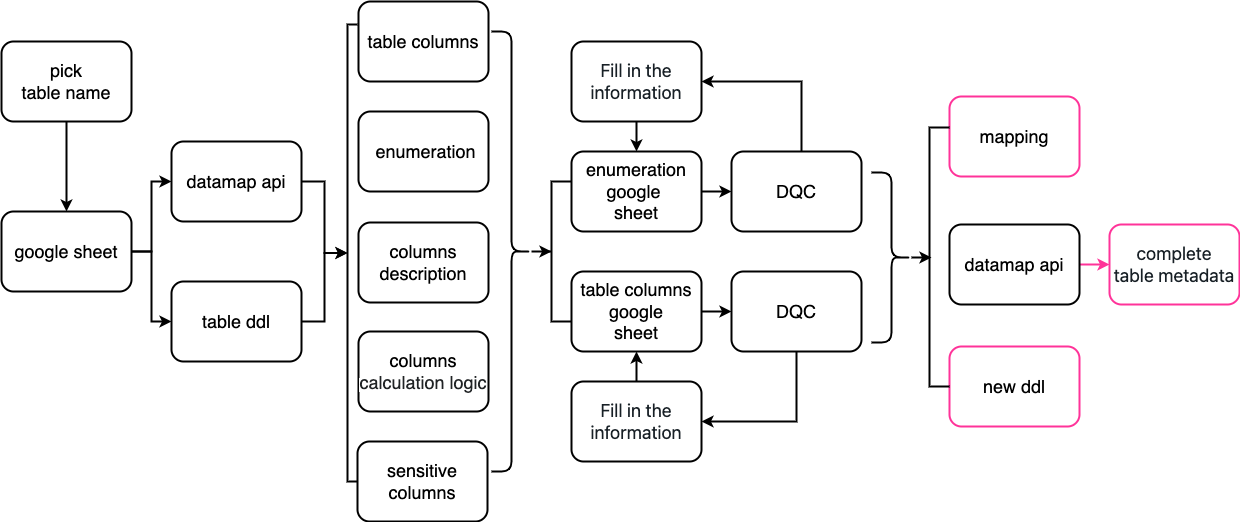
a490888602/draw keeps this draw.io diagram as v2_metadata_flow.drawio.png. Above is the earlier version. Source tidied: cells renumbered, new cells last; positions are measured from the earlier drawing's top-left corner, leaving out a move shared by most shapes. Source of this version:
```xml
<mxGraphModel>
  <root>
    <mxCell id="0" />
    <mxCell id="1" parent="0" />
    <mxCell id="2" style="edgeStyle=orthogonalEdgeStyle;rounded=0;jettySize=auto;html=1;entryX=0;entryY=0.5;entryDx=0;entryDy=0;fontSize=18;strokeWidth=2;" parent="1" edge="1" source="4" target="8">
      <mxGeometry relative="1" as="geometry" />
    </mxCell>
    <mxCell id="3" style="edgeStyle=orthogonalEdgeStyle;rounded=0;jettySize=auto;html=1;entryX=0;entryY=0.5;entryDx=0;entryDy=0;fontSize=18;strokeWidth=2;" parent="1" edge="1" source="4" target="6">
      <mxGeometry relative="1" as="geometry" />
    </mxCell>
    <mxCell id="4" value="&lt;font style=&quot;font-size: 18px;&quot;&gt;google sheet&lt;/font&gt;" style="rounded=1;whiteSpace=wrap;html=1;strokeWidth=2;" parent="1" vertex="1">
      <mxGeometry y="210" width="130" height="80" as="geometry" />
    </mxCell>
    <mxCell id="5" style="edgeStyle=orthogonalEdgeStyle;rounded=0;jettySize=auto;html=1;entryX=0;entryY=0.5;entryDx=0;entryDy=0;entryPerimeter=0;fontFamily=Helvetica;fontSize=18;strokeWidth=2;" parent="1" edge="1" source="6" target="21">
      <mxGeometry relative="1" as="geometry" />
    </mxCell>
    <mxCell id="6" value="&lt;font style=&quot;font-size: 18px;&quot;&gt;table ddl&lt;/font&gt;" style="rounded=1;whiteSpace=wrap;html=1;strokeWidth=2;" parent="1" vertex="1">
      <mxGeometry x="170" y="280" width="130" height="80" as="geometry" />
    </mxCell>
    <mxCell id="7" style="edgeStyle=orthogonalEdgeStyle;rounded=0;jettySize=auto;html=1;entryX=0;entryY=0.5;entryDx=0;entryDy=0;entryPerimeter=0;fontFamily=Helvetica;fontSize=18;strokeWidth=2;" parent="1" edge="1" source="8" target="21">
      <mxGeometry relative="1" as="geometry" />
    </mxCell>
    <mxCell id="8" value="&lt;font style=&quot;font-size: 18px;&quot;&gt;datamap api&lt;/font&gt;" style="rounded=1;whiteSpace=wrap;html=1;strokeWidth=2;" parent="1" vertex="1">
      <mxGeometry x="170" y="140" width="130" height="80" as="geometry" />
    </mxCell>
    <mxCell id="9" style="edgeStyle=orthogonalEdgeStyle;rounded=0;jettySize=auto;html=1;fontSize=18;strokeWidth=2;" parent="1" edge="1" source="10" target="4">
      <mxGeometry relative="1" as="geometry" />
    </mxCell>
    <mxCell id="10" value="&lt;font style=&quot;&quot;&gt;&lt;span style=&quot;font-size: 18px;&quot;&gt;pick&lt;/span&gt;&lt;br&gt;&lt;span style=&quot;font-size: 18px;&quot;&gt;table name&lt;/span&gt;&lt;/font&gt;" style="rounded=1;whiteSpace=wrap;html=1;strokeWidth=2;" parent="1" vertex="1">
      <mxGeometry y="40" width="130" height="80" as="geometry" />
    </mxCell>
    <mxCell id="11" value="&lt;font style=&quot;font-size: 18px;&quot;&gt;&amp;nbsp;enumeration&lt;/font&gt;" style="rounded=1;whiteSpace=wrap;html=1;strokeWidth=2;" parent="1" vertex="1">
      <mxGeometry x="357" y="110" width="130" height="80" as="geometry" />
    </mxCell>
    <mxCell id="12" value="&lt;font style=&quot;font-size: 18px;&quot;&gt;table columns&lt;/font&gt;" style="rounded=1;whiteSpace=wrap;html=1;strokeWidth=2;" parent="1" vertex="1">
      <mxGeometry x="357" width="130" height="80" as="geometry" />
    </mxCell>
    <mxCell id="13" value="&lt;font style=&quot;font-size: 18px;&quot;&gt;columns description&lt;/font&gt;" style="rounded=1;whiteSpace=wrap;html=1;strokeWidth=2;" parent="1" vertex="1">
      <mxGeometry x="357" y="221" width="130" height="80" as="geometry" />
    </mxCell>
    <mxCell id="14" value="&lt;font style=&quot;font-size: 18px;&quot;&gt;columns&lt;span style=&quot;background-color: rgb(248, 249, 250);&quot;&gt;&lt;br&gt;&lt;/span&gt;&lt;/font&gt;&lt;span id=&quot;docs-internal-guid-214eba10-7fff-ac4e-4c92-ee572cd47d53&quot;&gt;&lt;span style=&quot;color: rgb(32, 35, 37); background-color: rgb(255, 255, 255); font-variant-numeric: normal; font-variant-east-asian: normal; vertical-align: baseline;&quot;&gt;&lt;font style=&quot;font-size: 18px;&quot;&gt;calculation logic&lt;/font&gt;&lt;/span&gt;&lt;/span&gt;" style="rounded=1;whiteSpace=wrap;html=1;strokeWidth=2;" parent="1" vertex="1">
      <mxGeometry x="357" y="330" width="130" height="80" as="geometry" />
    </mxCell>
    <mxCell id="15" style="edgeStyle=orthogonalEdgeStyle;rounded=0;jettySize=auto;html=1;fontFamily=Helvetica;fontSize=18;strokeWidth=2;" parent="1" edge="1" source="16" target="30">
      <mxGeometry relative="1" as="geometry" />
    </mxCell>
    <mxCell id="16" value="&lt;font style=&quot;font-size: 18px;&quot;&gt;enumeration&lt;br&gt;google&amp;nbsp;&lt;br&gt;sheet&lt;/font&gt;" style="rounded=1;whiteSpace=wrap;html=1;strokeWidth=2;" parent="1" vertex="1">
      <mxGeometry x="570" y="150" width="130" height="80" as="geometry" />
    </mxCell>
    <mxCell id="17" style="edgeStyle=orthogonalEdgeStyle;rounded=0;jettySize=auto;html=1;fontFamily=Helvetica;fontSize=18;strokeWidth=2;" parent="1" edge="1" source="18" target="32">
      <mxGeometry relative="1" as="geometry" />
    </mxCell>
    <mxCell id="18" value="&lt;font style=&quot;font-size: 18px;&quot;&gt;table columns&lt;br&gt;google&lt;br&gt;sheet&lt;/font&gt;" style="rounded=1;whiteSpace=wrap;html=1;strokeWidth=2;" parent="1" vertex="1">
      <mxGeometry x="570" y="270" width="130" height="80" as="geometry" />
    </mxCell>
    <mxCell id="19" style="edgeStyle=orthogonalEdgeStyle;rounded=0;jettySize=auto;html=1;fontFamily=Helvetica;fontSize=18;strokeWidth=2;entryX=0;entryY=0.5;entryDx=0;entryDy=0;entryPerimeter=0;" parent="1" edge="1" source="20" target="22">
      <mxGeometry relative="1" as="geometry" />
    </mxCell>
    <mxCell id="20" style="shape=curlyBracket;whiteSpace=wrap;html=1;rounded=1;flipH=1;fontFamily=Helvetica;fontSize=18;strokeWidth=2;" parent="1" vertex="1">
      <mxGeometry x="490" y="30" width="40" height="440" as="geometry" />
    </mxCell>
    <mxCell id="21" style="strokeWidth=2;html=1;shape=mxgraph.flowchart.annotation_1;align=left;fontFamily=Helvetica;fontSize=18;" parent="1" vertex="1">
      <mxGeometry x="346" y="23" width="10" height="457" as="geometry" />
    </mxCell>
    <mxCell id="22" style="strokeWidth=2;html=1;shape=mxgraph.flowchart.annotation_1;align=left;fontFamily=Helvetica;fontSize=18;" parent="1" vertex="1">
      <mxGeometry x="550" y="180" width="20" height="140" as="geometry" />
    </mxCell>
    <mxCell id="23" style="edgeStyle=orthogonalEdgeStyle;rounded=0;jettySize=auto;html=1;fontFamily=Helvetica;fontSize=18;strokeWidth=2;" parent="1" edge="1" source="24" target="16">
      <mxGeometry relative="1" as="geometry" />
    </mxCell>
    <mxCell id="24" value="&lt;span style=&quot;color: rgb(24, 32, 38); font-family: -apple-system, &amp;quot;system-ui&amp;quot;, &amp;quot;Segoe UI&amp;quot;, Roboto, Oxygen, Ubuntu, Cantarell, &amp;quot;Open Sans&amp;quot;, &amp;quot;Helvetica Neue&amp;quot;, Icons16, sans-serif; text-align: start; background-color: rgb(255, 255, 255);&quot;&gt;&lt;font style=&quot;font-size: 18px;&quot;&gt;Fill in the information&lt;/font&gt;&lt;/span&gt;" style="rounded=1;whiteSpace=wrap;html=1;strokeWidth=2;" parent="1" vertex="1">
      <mxGeometry x="570" y="40" width="130" height="80" as="geometry" />
    </mxCell>
    <mxCell id="25" style="edgeStyle=orthogonalEdgeStyle;rounded=0;jettySize=auto;html=1;fontFamily=Helvetica;fontSize=18;strokeWidth=2;" parent="1" edge="1" source="26" target="18">
      <mxGeometry relative="1" as="geometry" />
    </mxCell>
    <mxCell id="26" value="&lt;span style=&quot;color: rgb(24, 32, 38); font-family: -apple-system, &amp;quot;system-ui&amp;quot;, &amp;quot;Segoe UI&amp;quot;, Roboto, Oxygen, Ubuntu, Cantarell, &amp;quot;Open Sans&amp;quot;, &amp;quot;Helvetica Neue&amp;quot;, Icons16, sans-serif; text-align: start; background-color: rgb(255, 255, 255);&quot;&gt;&lt;font style=&quot;font-size: 18px;&quot;&gt;Fill in the information&lt;/font&gt;&lt;/span&gt;" style="rounded=1;whiteSpace=wrap;html=1;strokeWidth=2;" parent="1" vertex="1">
      <mxGeometry x="570" y="380" width="130" height="80" as="geometry" />
    </mxCell>
    <mxCell id="27" style="edgeStyle=orthogonalEdgeStyle;rounded=0;jettySize=auto;html=1;fontFamily=Helvetica;fontSize=18;strokeWidth=2;strokeColor=#FF3399;" parent="1" edge="1" source="28" target="33">
      <mxGeometry relative="1" as="geometry" />
    </mxCell>
    <mxCell id="28" value="&lt;font style=&quot;font-size: 18px;&quot;&gt;datamap api&lt;/font&gt;" style="rounded=1;whiteSpace=wrap;html=1;strokeWidth=2;strokeColor=#000000;" parent="1" vertex="1">
      <mxGeometry x="948" y="223" width="130" height="80" as="geometry" />
    </mxCell>
    <mxCell id="29" style="edgeStyle=orthogonalEdgeStyle;rounded=0;jettySize=auto;html=1;entryX=1;entryY=0.5;entryDx=0;entryDy=0;fontFamily=Helvetica;fontSize=18;strokeWidth=2;" parent="1" edge="1" source="30" target="24">
      <mxGeometry relative="1" as="geometry">
        <Array as="points">
          <mxPoint x="800" y="80" />
        </Array>
      </mxGeometry>
    </mxCell>
    <mxCell id="30" value="&lt;span style=&quot;font-size: 18px;&quot;&gt;DQC&lt;/span&gt;" style="rounded=1;whiteSpace=wrap;html=1;strokeWidth=2;" parent="1" vertex="1">
      <mxGeometry x="730" y="150" width="130" height="80" as="geometry" />
    </mxCell>
    <mxCell id="31" style="edgeStyle=orthogonalEdgeStyle;rounded=0;jettySize=auto;html=1;entryX=1;entryY=0.5;entryDx=0;entryDy=0;fontFamily=Helvetica;fontSize=18;strokeWidth=2;" parent="1" edge="1" source="32" target="26">
      <mxGeometry relative="1" as="geometry">
        <Array as="points">
          <mxPoint x="795" y="420" />
        </Array>
      </mxGeometry>
    </mxCell>
    <mxCell id="32" value="&lt;span style=&quot;font-size: 18px;&quot;&gt;DQC&lt;/span&gt;" style="rounded=1;whiteSpace=wrap;html=1;strokeWidth=2;" parent="1" vertex="1">
      <mxGeometry x="730" y="270" width="130" height="80" as="geometry" />
    </mxCell>
    <mxCell id="33" value="&lt;span style=&quot;color: rgb(24, 32, 38); font-family: -apple-system, &amp;quot;system-ui&amp;quot;, &amp;quot;Segoe UI&amp;quot;, Roboto, Oxygen, Ubuntu, Cantarell, &amp;quot;Open Sans&amp;quot;, &amp;quot;Helvetica Neue&amp;quot;, Icons16, sans-serif; text-align: start; background-color: rgb(255, 255, 255);&quot;&gt;&lt;font style=&quot;font-size: 18px;&quot;&gt;complete&lt;br&gt;table metadata&lt;/font&gt;&lt;/span&gt;" style="rounded=1;whiteSpace=wrap;html=1;strokeWidth=2;strokeColor=#FF3399;" parent="1" vertex="1">
      <mxGeometry x="1108" y="223" width="130" height="80" as="geometry" />
    </mxCell>
    <mxCell id="34" value="&lt;font style=&quot;font-size: 18px;&quot;&gt;mapping&lt;/font&gt;" style="rounded=1;whiteSpace=wrap;html=1;strokeWidth=2;strokeColor=#FF3399;" parent="1" vertex="1">
      <mxGeometry x="948" y="95" width="130" height="80" as="geometry" />
    </mxCell>
    <mxCell id="35" value="&lt;font style=&quot;font-size: 18px;&quot;&gt;new ddl&lt;/font&gt;" style="rounded=1;whiteSpace=wrap;html=1;strokeWidth=2;strokeColor=#FF3399;" parent="1" vertex="1">
      <mxGeometry x="948" y="345" width="130" height="80" as="geometry" />
    </mxCell>
    <mxCell id="36" style="edgeStyle=orthogonalEdgeStyle;rounded=0;jettySize=auto;html=1;fontFamily=Helvetica;fontSize=18;strokeColor=#000000;strokeWidth=2;" parent="1" edge="1" source="37" target="38">
      <mxGeometry relative="1" as="geometry" />
    </mxCell>
    <mxCell id="37" style="shape=curlyBracket;whiteSpace=wrap;html=1;rounded=1;flipH=1;fontFamily=Helvetica;fontSize=18;strokeWidth=2;" parent="1" vertex="1">
      <mxGeometry x="870" y="171" width="40" height="170" as="geometry" />
    </mxCell>
    <mxCell id="38" style="strokeWidth=2;html=1;shape=mxgraph.flowchart.annotation_1;align=left;fontFamily=Helvetica;fontSize=18;" parent="1" vertex="1">
      <mxGeometry x="928" y="126" width="20" height="259" as="geometry" />
    </mxCell>
    <mxCell id="39" value="&lt;font style=&quot;&quot;&gt;&lt;span style=&quot;font-size: 18px;&quot;&gt;sensitive&lt;/span&gt;&lt;br&gt;&lt;span style=&quot;font-size: 18px;&quot;&gt;columns&lt;/span&gt;&lt;/font&gt;" style="rounded=1;whiteSpace=wrap;html=1;strokeWidth=2;" parent="1" vertex="1">
      <mxGeometry x="356" y="440" width="130" height="80" as="geometry" />
    </mxCell>
  </root>
</mxGraphModel>
```
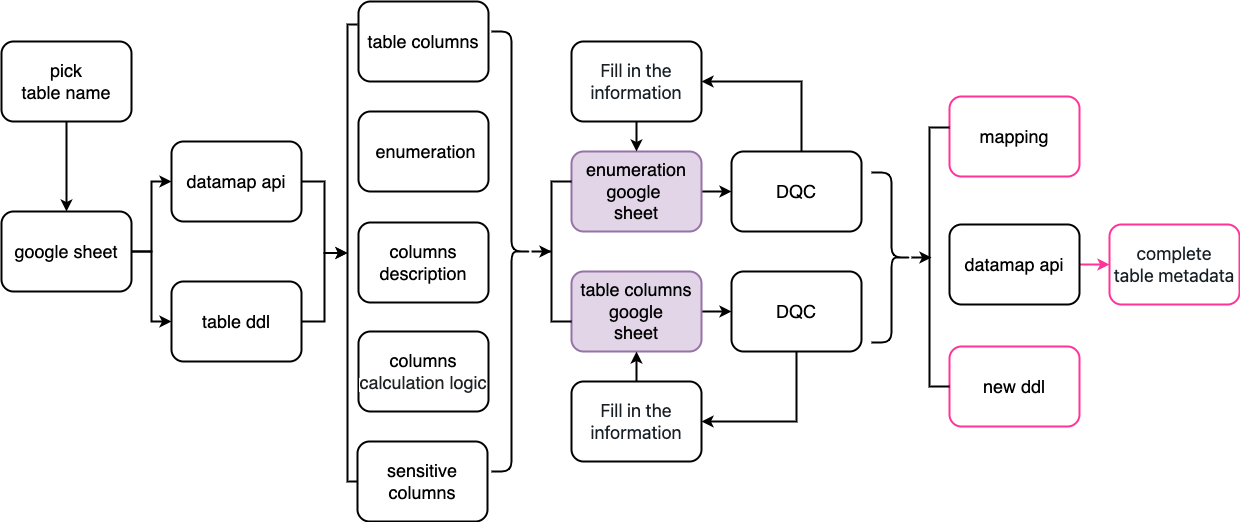
Later version of the same file.

The edit, as a diff of the source:
```diff
@@ -44,13 +44,13 @@
     <mxCell id="15" style="edgeStyle=orthogonalEdgeStyle;rounded=0;jettySize=auto;html=1;fontFamily=Helvetica;fontSize=18;strokeWidth=2;" parent="1" edge="1" source="16" target="30">
       <mxGeometry relative="1" as="geometry" />
     </mxCell>
-    <mxCell id="16" value="&lt;font style=&quot;font-size: 18px;&quot;&gt;enumeration&lt;br&gt;google&amp;nbsp;&lt;br&gt;sheet&lt;/font&gt;" style="rounded=1;whiteSpace=wrap;html=1;strokeWidth=2;" parent="1" vertex="1">
+    <mxCell id="16" value="&lt;font style=&quot;font-size: 18px;&quot;&gt;enumeration&lt;br&gt;google&amp;nbsp;&lt;br&gt;sheet&lt;/font&gt;" style="rounded=1;whiteSpace=wrap;html=1;strokeWidth=2;fillColor=#e1d5e7;strokeColor=#9673a6;" parent="1" vertex="1">
       <mxGeometry x="570" y="150" width="130" height="80" as="geometry" />
     </mxCell>
     <mxCell id="17" style="edgeStyle=orthogonalEdgeStyle;rounded=0;jettySize=auto;html=1;fontFamily=Helvetica;fontSize=18;strokeWidth=2;" parent="1" edge="1" source="18" target="32">
       <mxGeometry relative="1" as="geometry" />
     </mxCell>
-    <mxCell id="18" value="&lt;font style=&quot;font-size: 18px;&quot;&gt;table columns&lt;br&gt;google&lt;br&gt;sheet&lt;/font&gt;" style="rounded=1;whiteSpace=wrap;html=1;strokeWidth=2;" parent="1" vertex="1">
+    <mxCell id="18" value="&lt;font style=&quot;font-size: 18px;&quot;&gt;table columns&lt;br&gt;google&lt;br&gt;sheet&lt;/font&gt;" style="rounded=1;whiteSpace=wrap;html=1;strokeWidth=2;fillColor=#e1d5e7;strokeColor=#9673a6;" parent="1" vertex="1">
       <mxGeometry x="570" y="270" width="130" height="80" as="geometry" />
     </mxCell>
     <mxCell id="19" style="edgeStyle=orthogonalEdgeStyle;rounded=0;jettySize=auto;html=1;fontFamily=Helvetica;fontSize=18;strokeWidth=2;entryX=0;entryY=0.5;entryDx=0;entryDy=0;entryPerimeter=0;" parent="1" edge="1" source="20" target="22">
```
